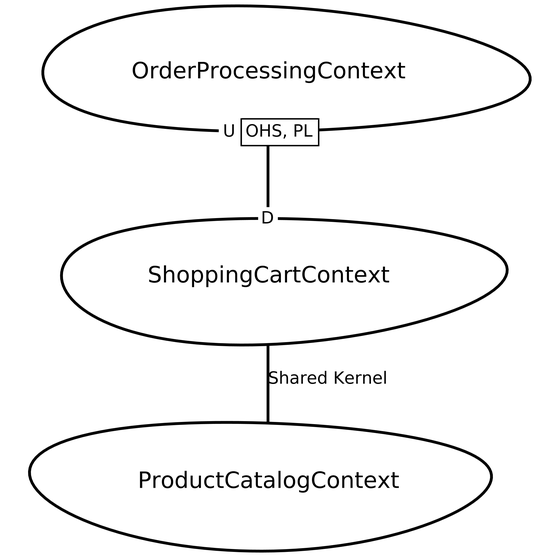
Before: src-gen/mapa_ContextMap.png, a diagram exported from Graphviz (Cristh27/ContexMapperTarea). Its source is kept beside it as src-gen/mapa_ContextMap.gv.
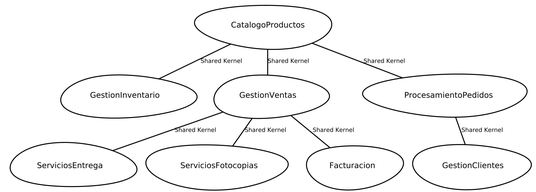
After the commit.

What changed in the source:
```diff
@@ -1,54 +1,18 @@
 digraph "ContextMapGraph" {
-    "GestionInventario" [
-        "margin"="0.3",
-        "orientation"="35",
-        "shape"="egg",
-        "fontsize"="16",
-        "style"="bold",
-        "label"="GestionInventario\nInventario",
-        "fontname"="sans-serif"
-    ]
-
-    "ServiciosFotocopias" [
-        "margin"="0.3",
-        "orientation"="267",
-        "shape"="egg",
-        "fontsize"="16",
-        "style"="bold",
-        "label"="ServiciosFotocopias\nFotocopias",
-        "fontname"="sans-serif"
-    ]
-
-    "ProcesamientoPedidos" [
-        "margin"="0.3",
-        "orientation"="91",
-        "shape"="egg",
-        "fontsize"="16",
-        "style"="bold",
-        "label"="ProcesamientoPedidos\nPedidos",
-        "fontname"="sans-serif"
-    ]
-
-    "GestionInventario" -> "ServiciosFotocopias" [
-        "headlabel"=<<table cellspacing="0" cellborder="0" border="0">
-            <tr><td bgcolor="white">U</td></tr>
-        </table>>,
-        "labeldistance"="0",
-        "fontsize"="12",
-        "taillabel"=<<table cellspacing="0" cellborder="1" border="0">
-            <tr><td bgcolor="white" sides="r">OHS, PL</td></tr>
-        </table>>,
-        "style"="bold",
-        "label"="                                        ",
-        "dir"="none",
-        "fontname"="sans-serif"
-    ]
-
-    "ServiciosFotocopias" -> "ProcesamientoPedidos" [
-        "fontsize"="12",
-        "style"="bold",
-        "label"="Shared Kernel",
-        "dir"="none",
-        "fontname"="sans-serif"
-    ]
+graph ["imagepath"="/tmp/GraphvizJava"]
+"CatalogoProductos" ["margin"="0.3","orientation"="229","shape"="egg","fontsize"="16","style"="bold","label"="CatalogoProductos\n","fontname"="sans-serif"]
+"GestionInventario" ["margin"="0.3","orientation"="125","shape"="egg","fontsize"="16","style"="bold","label"="GestionInventario\n","fontname"="sans-serif"]
+"GestionVentas" ["margin"="0.3","orientation"="195","shape"="egg","fontsize"="16","style"="bold","label"="GestionVentas\n","fontname"="sans-serif"]
+"ServiciosEntrega" ["margin"="0.3","orientation"="228","shape"="egg","fontsize"="16","style"="bold","label"="ServiciosEntrega\n","fontname"="sans-serif"]
+"ServiciosFotocopias" ["margin"="0.3","orientation"="72","shape"="egg","fontsize"="16","style"="bold","label"="ServiciosFotocopias\n","fontname"="sans-serif"]
+"Facturacion" ["margin"="0.3","orientation"="317","shape"="egg","fontsize"="16","style"="bold","label"="Facturacion\n","fontname"="sans-serif"]
+"ProcesamientoPedidos" ["margin"="0.3","orientation"="349","shape"="egg","fontsize"="16","style"="bold","label"="ProcesamientoPedidos\n","fontname"="sans-serif"]
+"GestionClientes" ["margin"="0.3","orientation"="188","shape"="egg","fontsize"="16","style"="bold","label"="GestionClientes\n","fontname"="sans-serif"]
+"CatalogoProductos" -> "GestionInventario" ["fontsize"="12","style"="bold","label"="Shared Kernel","dir"="none","fontname"="sans-serif"]
+"CatalogoProductos" -> "GestionVentas" ["fontsize"="12","style"="bold","label"="Shared Kernel","dir"="none","fontname"="sans-serif"]
+"CatalogoProductos" -> "ProcesamientoPedidos" ["fontsize"="12","style"="bold","label"="Shared Kernel","dir"="none","fontname"="sans-serif"]
+"GestionVentas" -> "ServiciosEntrega" ["fontsize"="12","style"="bold","label"="Shared Kernel","dir"="none","fontname"="sans-serif"]
+"GestionVentas" -> "ServiciosFotocopias" ["fontsize"="12","style"="bold","label"="Shared Kernel","dir"="none","fontname"="sans-serif"]
+"GestionVentas" -> "Facturacion" ["fontsize"="12","style"="bold","label"="Shared Kernel","dir"="none","fontname"="sans-serif"]
+"ProcesamientoPedidos" -> "GestionClientes" ["fontsize"="12","style"="bold","label"="Shared Kernel","dir"="none","fontname"="sans-serif"]
 }
```
